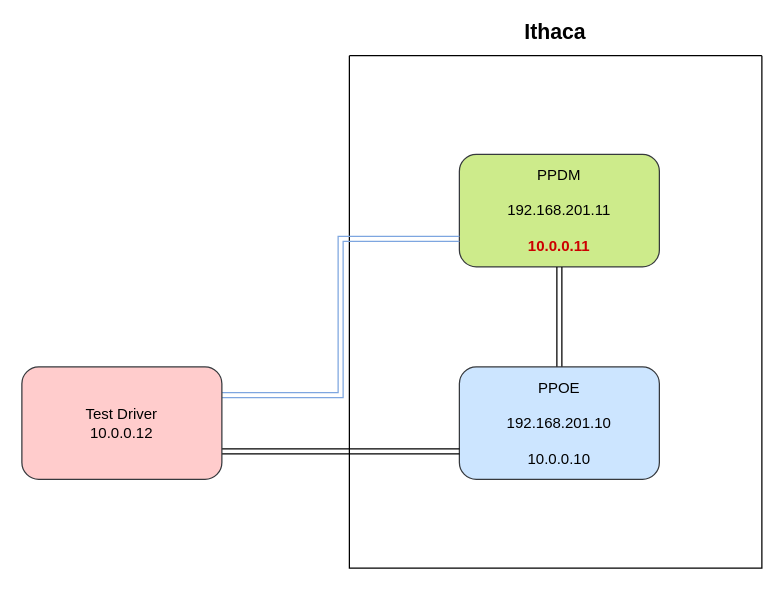
gaivin/drawio keeps this draw.io diagram as page "第 2 页" (2 of 3) of st/ssh_tunnel.drawio. Above is the earlier version. Source tidied: cells renumbered, new cells numbered last; positions are measured from the earlier drawing's top-left corner, leaving out a move shared by most shapes. Both pictures are drawn from the tidied source at 125%, with x=0, y=0 at pixel (21, 55).
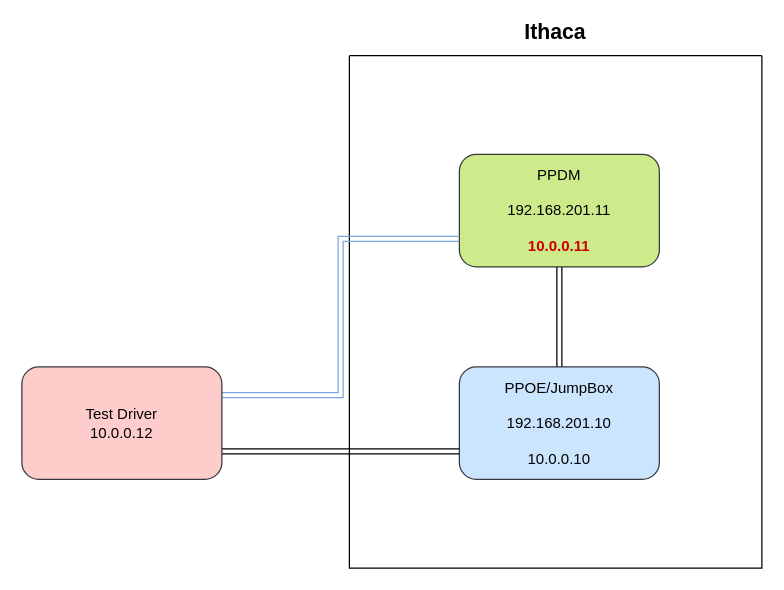
Above is the later version.

Commit message (it also covers changes not shown here):
Change PPOE to JumpBox

Diff of the diagram source:
```diff
@@
 <mxGraphModel>
   <root>
     <mxCell id="0" />
     <mxCell id="1" parent="0" />
     <mxCell id="2" value="Ithaca&#10;&#10;" style="swimlane;startSize=0;fontSize=17;" parent="1" vertex="1">
       <mxGeometry x="262" width="330" height="410" as="geometry" />
     </mxCell>
     <mxCell id="3" value="PPDM&lt;br&gt;&lt;br&gt;192.168.201.11&lt;br&gt;&lt;br&gt;&lt;font color=&quot;#cc0000&quot;&gt;&lt;b&gt;10.0.0.11&lt;/b&gt;&lt;/font&gt;" style="rounded=1;whiteSpace=wrap;html=1;fillColor=#cdeb8b;strokeColor=#36393d;" parent="2" vertex="1">
       <mxGeometry x="88" y="79" width="160" height="90" as="geometry" />
     </mxCell>
     <mxCell id="4" style="edgeStyle=orthogonalEdgeStyle;shape=link;rounded=0;jettySize=auto;html=1;exitX=0.5;exitY=0;exitDx=0;exitDy=0;entryX=0.5;entryY=1;entryDx=0;entryDy=0;strokeWidth=1;" parent="2" edge="1" source="5" target="3">
       <mxGeometry relative="1" as="geometry" />
     </mxCell>
-    <mxCell id="5" value="PPOE&lt;br&gt;&lt;br&gt;192.168.201.10&lt;br&gt;&lt;br&gt;10.0.0.10" style="rounded=1;whiteSpace=wrap;html=1;fillColor=#cce5ff;strokeColor=#36393d;" parent="2" vertex="1">
+    <mxCell id="5" value="PPOE/JumpBox&lt;br&gt;&lt;br&gt;192.168.201.10&lt;br&gt;&lt;br&gt;10.0.0.10" style="rounded=1;whiteSpace=wrap;html=1;fillColor=#cce5ff;strokeColor=#36393d;" parent="2" vertex="1">
       <mxGeometry x="88" y="249" width="160" height="90" as="geometry" />
     </mxCell>
     <mxCell id="6" style="edgeStyle=orthogonalEdgeStyle;rounded=0;jettySize=auto;html=1;exitX=1;exitY=0.25;exitDx=0;exitDy=0;strokeWidth=1;shape=link;entryX=0;entryY=0.75;entryDx=0;entryDy=0;strokeColor=#7EA6E0;" parent="1" edge="1" source="8" target="3">
       <mxGeometry relative="1" as="geometry" />
     </mxCell>
     <mxCell id="7" style="edgeStyle=orthogonalEdgeStyle;rounded=0;jettySize=auto;html=1;exitX=1;exitY=0.75;exitDx=0;exitDy=0;entryX=0;entryY=0.75;entryDx=0;entryDy=0;fontSize=17;fontColor=#CC0000;strokeWidth=1;shape=link;" parent="1" edge="1" source="8" target="5">
       <mxGeometry relative="1" as="geometry" />
     </mxCell>
     <mxCell id="8" value="Test Driver&lt;br&gt;10.0.0.12" style="rounded=1;whiteSpace=wrap;html=1;fillColor=#ffcccc;strokeColor=#36393d;" parent="1" vertex="1">
       <mxGeometry y="249" width="160" height="90" as="geometry" />
     </mxCell>
   </root>
 </mxGraphModel>
```
